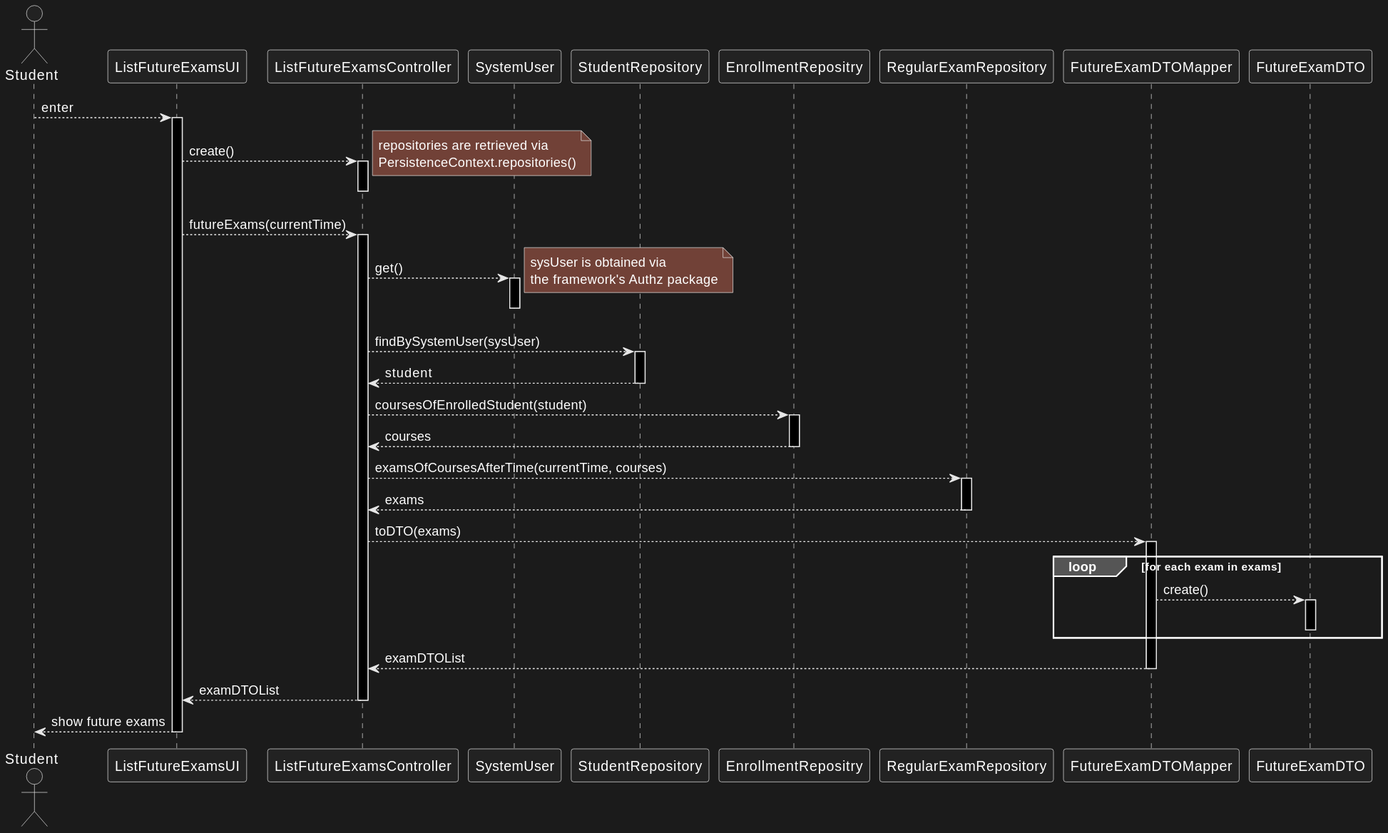
The PlantUML diagram docs/us_2002/sd.svg in jovami/isep-lapr4, before a commit. Its diagram source:
```plantuml
@startuml
actor Student as user
participant ListFutureExamsUI as ui
participant ListFutureExamsController as ctrl


participant SystemUser as sys_usr

participant StudentRepository as s_repo

participant EnrollmentRepositry as e_repo
participant RegularExamRepository as ex_repo




participant FutureExamDTOMapper as mapper
participant FutureExamDTO as dto


user --> ui : enter

activate ui
    ui --> ctrl : create()
    activate ctrl
        note right : repositories are retrieved via\nPersistenceContext.repositories()
    deactivate ctrl

    ui --> ctrl : futureExams(currentTime)
    activate ctrl
        ctrl --> sys_usr : get()
        activate sys_usr
            note right : sysUser is obtained via\nthe framework's Authz package
        deactivate sys_usr

        ctrl --> s_repo : findBySystemUser(sysUser)
        activate s_repo
            s_repo --> ctrl : student
        deactivate s_repo

        ctrl --> e_repo : coursesOfEnrolledStudent(student)
        activate e_repo
            e_repo --> ctrl : courses
        deactivate e_repo

        ctrl --> ex_repo : examsOfCoursesAfterTime(currentTime, courses)
        activate ex_repo
            ex_repo --> ctrl : exams
        deactivate ex_repo

        ctrl --> mapper : toDTO(exams)
        activate mapper
            loop for each exam in exams
                mapper --> dto: create()
                activate dto
                deactivate dto
            end loop
            mapper --> ctrl: examDTOList
        deactivate mapper

        ctrl --> ui : examDTOList
    deactivate ctrl

    ui --> user : show future exams
deactivate ui
@enduml
```
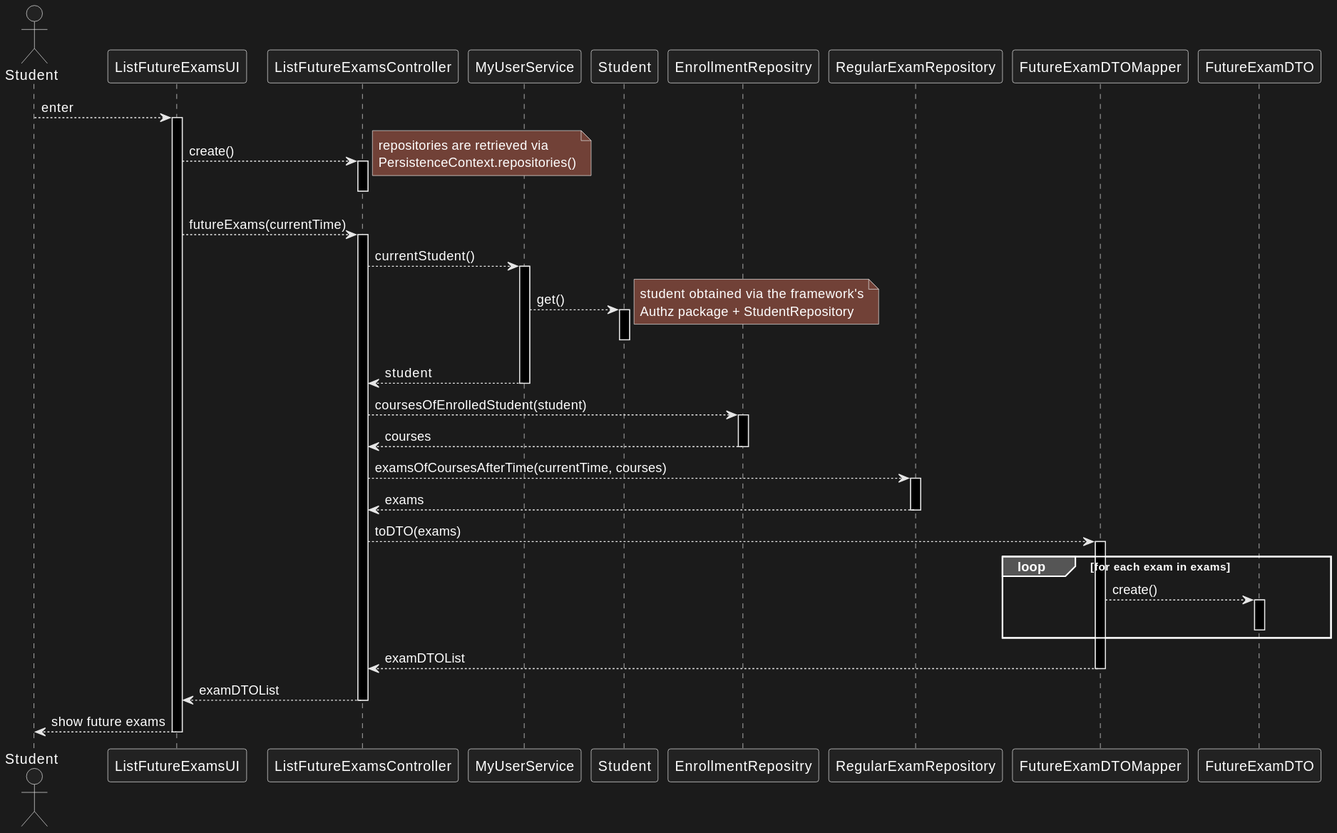
The same file after the commit.

Change to the diagram source:
```diff
@@ -4,9 +4,9 @@
 participant ListFutureExamsController as ctrl
 
 
-participant SystemUser as sys_usr
+participant MyUserService as user_svc
+participant Student as student
 
-participant StudentRepository as s_repo
 
 participant EnrollmentRepositry as e_repo
 participant RegularExamRepository as ex_repo
@@ -28,15 +28,14 @@
 
     ui --> ctrl : futureExams(currentTime)
     activate ctrl
-        ctrl --> sys_usr : get()
-        activate sys_usr
-            note right : sysUser is obtained via\nthe framework's Authz package
-        deactivate sys_usr
-
-        ctrl --> s_repo : findBySystemUser(sysUser)
-        activate s_repo
-            s_repo --> ctrl : student
-        deactivate s_repo
+        ctrl --> user_svc : currentStudent()
+        activate user_svc
+            user_svc --> student : get()
+            activate student
+            deactivate student
+            note right : student obtained via the framework's\nAuthz package + StudentRepository
+            user_svc --> ctrl : student
+        deactivate user_svc
 
         ctrl --> e_repo : coursesOfEnrolledStudent(student)
         activate e_repo
```
